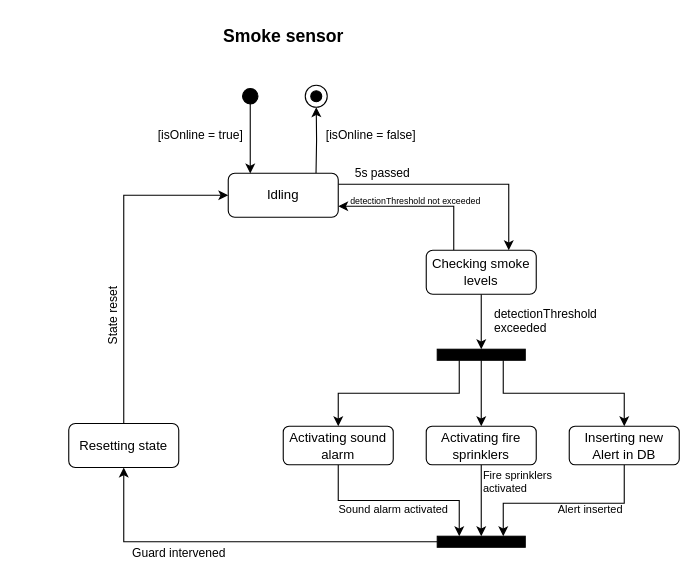
The draw.io diagram State/state2.drawio in IsmailSalehCode/UML-course-work, before the edit. Source tidied: cells renumbered, new cells numbered last; positions are measured from the earlier drawing's top-left corner, leaving out a move shared by most shapes. Both pictures are drawn from the tidied source at 110%, with x=0, y=0 at pixel (68, 19).
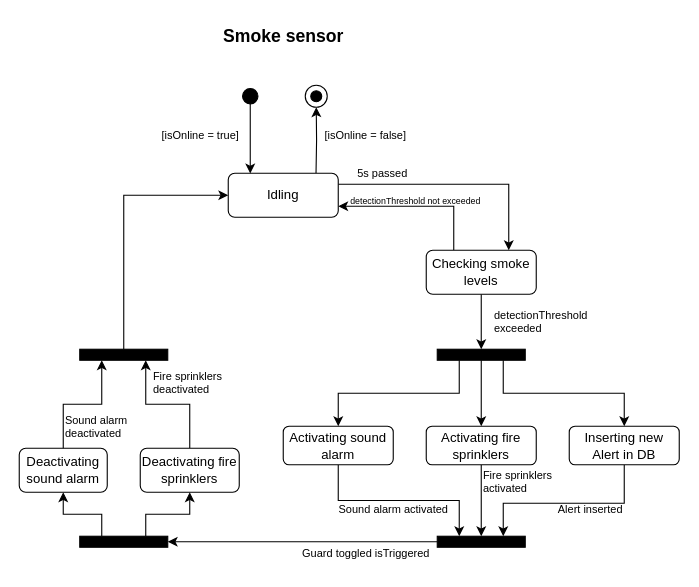
Above is the later version.

The change refers to these unchanged cells:
```xml
<mxCell id="6" value="Idling" style="rounded=1;whiteSpace=wrap;html=1;" parent="1" vertex="1">
  <mxGeometry x="145" y="140" width="100" height="40" as="geometry" />
</mxCell>
<mxCell id="31" style="rounded=0;whiteSpace=wrap;html=1;labelBackgroundColor=none;fillStyle=solid;fillColor=#000000;" parent="1" vertex="1">
  <mxGeometry x="335" y="470" width="80" height="10" as="geometry" />
</mxCell>
```

Diff of the diagram source:
```diff
@@
-    <mxCell id="8" value="[isOnline = true]" style="text;align=center;verticalAlign=middle;strokeColor=none;fillColor=none;fontSize=11;" parent="1" vertex="1">
-      <mxGeometry x="70" y="90" width="100" height="30" as="geometry" />
+    <mxCell id="8" value="[isOnline = true]" style="text;align=center;verticalAlign=middle;strokeColor=none;fillColor=none;fontSize=10;" parent="1" vertex="1">
+      <mxGeometry x="75" y="90" width="90" height="30" as="geometry" />
     </mxCell>
-    <mxCell id="9" value="[isOnline = false]" style="text;align=center;verticalAlign=middle;strokeColor=none;fillColor=none;fontSize=11;" parent="1" vertex="1">
-      <mxGeometry x="220" y="90" width="110" height="30" as="geometry" />
+    <mxCell id="9" value="[isOnline = false]" style="text;align=center;verticalAlign=middle;strokeColor=none;fillColor=none;fontSize=10;" parent="1" vertex="1">
+      <mxGeometry x="220" y="90" width="100" height="30" as="geometry" />
     </mxCell>
-    <mxCell id="10" value="detectionThreshold&#10;exceeded" style="text;align=left;verticalAlign=bottom;strokeColor=none;fillColor=none;fontSize=11;" parent="1" vertex="1">
-      <mxGeometry x="385" y="250" width="120" height="40" as="geometry" />
+    <mxCell id="10" value="detectionThreshold&#10;exceeded" style="text;align=left;verticalAlign=bottom;strokeColor=none;fillColor=none;fontSize=10;" parent="1" vertex="1">
+      <mxGeometry x="385" y="250" width="110" height="40" as="geometry" />
     </mxCell>
@@
-    <mxCell id="20" value="5s passed" style="text;html=1;align=center;verticalAlign=middle;strokeColor=none;fillColor=none;fontSize=11;" parent="1" vertex="1">
+    <mxCell id="20" value="5s passed" style="text;html=1;align=center;verticalAlign=middle;strokeColor=none;fillColor=none;fontSize=10;" parent="1" vertex="1">
       <mxGeometry x="250" y="125" width="70" height="30" as="geometry" />
     </mxCell>
@@
-    <mxCell id="30" style="edgeStyle=orthogonalEdgeStyle;rounded=0;jettySize=auto;html=1;entryX=0.5;entryY=1;entryDx=0;entryDy=0;" parent="1" edge="1" source="31" target="33">
+    <mxCell id="30" style="edgeStyle=orthogonalEdgeStyle;rounded=0;jettySize=auto;html=1;entryX=0.5;entryY=1;entryDx=0;entryDy=0;exitX=0.25;exitY=0;exitDx=0;exitDy=0;" parent="1" edge="1" source="40" target="33">
       <mxGeometry relative="1" as="geometry" />
     </mxCell>
@@
-    <mxCell id="32" style="edgeStyle=orthogonalEdgeStyle;rounded=0;jettySize=auto;html=1;entryX=0;entryY=0.5;entryDx=0;entryDy=0;" parent="1" edge="1" source="33" target="6">
-      <mxGeometry relative="1" as="geometry">
-        <Array as="points">
-          <mxPoint x="50" y="160" />
-        </Array>
-      </mxGeometry>
+    <mxCell id="32" style="edgeStyle=orthogonalEdgeStyle;rounded=0;jettySize=auto;html=1;entryX=0;entryY=0.5;entryDx=0;entryDy=0;exitX=0.5;exitY=0;exitDx=0;exitDy=0;" parent="1" edge="1" source="42" target="6">
+      <mxGeometry relative="1" as="geometry" />
     </mxCell>
-    <mxCell id="33" value="Resetting state" style="rounded=1;whiteSpace=wrap;html=1;" parent="1" vertex="1">
-      <mxGeometry y="367.5" width="100" height="40" as="geometry" />
+    <mxCell id="33" value="Deactivating sound alarm" style="rounded=1;whiteSpace=wrap;html=1;" parent="1" vertex="1">
+      <mxGeometry x="-45" y="390" width="80" height="40" as="geometry" />
     </mxCell>
-    <mxCell id="34" value="Guard intervened" style="text;html=1;align=center;verticalAlign=middle;strokeColor=none;fillColor=none;fontSize=11;" parent="1" vertex="1">
-      <mxGeometry x="45" y="470" width="110" height="30" as="geometry" />
+    <mxCell id="34" value="Guard toggled isTriggered" style="text;html=1;align=center;verticalAlign=middle;strokeColor=none;fillColor=none;fontSize=10;" parent="1" vertex="1">
+      <mxGeometry x="200" y="470" width="140" height="30" as="geometry" />
     </mxCell>
-    <mxCell id="35" value="State reset" style="text;html=1;align=center;verticalAlign=middle;strokeColor=none;fillColor=none;rotation=-90;fontSize=11;" parent="1" vertex="1">
-      <mxGeometry y="255" width="80" height="30" as="geometry" />
-    </mxCell>
+    <mxCell id="36" style="edgeStyle=orthogonalEdgeStyle;rounded=0;jettySize=auto;html=1;exitX=0.5;exitY=0;exitDx=0;exitDy=0;entryX=0.75;entryY=1;entryDx=0;entryDy=0;" parent="1" edge="1" source="37" target="42">
+      <mxGeometry relative="1" as="geometry" />
+    </mxCell>
+    <mxCell id="37" value="Deactivating fire sprinklers" style="rounded=1;whiteSpace=wrap;html=1;" parent="1" vertex="1">
+      <mxGeometry x="65" y="390" width="90" height="40" as="geometry" />
+    </mxCell>
+    <mxCell id="38" style="edgeStyle=orthogonalEdgeStyle;rounded=0;jettySize=auto;html=1;entryX=1;entryY=0.5;entryDx=0;entryDy=0;" parent="1" edge="1" source="31" target="40">
+      <mxGeometry relative="1" as="geometry" />
+    </mxCell>
+    <mxCell id="39" style="edgeStyle=orthogonalEdgeStyle;rounded=0;jettySize=auto;html=1;exitX=0.75;exitY=0;exitDx=0;exitDy=0;entryX=0.5;entryY=1;entryDx=0;entryDy=0;" parent="1" edge="1" source="40" target="37">
+      <mxGeometry relative="1" as="geometry" />
+    </mxCell>
+    <mxCell id="40" style="rounded=0;whiteSpace=wrap;html=1;labelBackgroundColor=none;fillStyle=solid;fillColor=#000000;" parent="1" vertex="1">
+      <mxGeometry x="10" y="470" width="80" height="10" as="geometry" />
+    </mxCell>
+    <mxCell id="41" style="edgeStyle=orthogonalEdgeStyle;rounded=0;jettySize=auto;html=1;entryX=0.25;entryY=1;entryDx=0;entryDy=0;" parent="1" edge="1" source="33" target="42">
+      <mxGeometry relative="1" as="geometry">
+        <Array as="points">
+          <mxPoint x="-5" y="350" />
+          <mxPoint x="30" y="350" />
+        </Array>
+      </mxGeometry>
+    </mxCell>
+    <mxCell id="42" style="rounded=0;whiteSpace=wrap;html=1;labelBackgroundColor=none;fillStyle=solid;fillColor=#000000;" parent="1" vertex="1">
+      <mxGeometry x="10" y="300" width="80" height="10" as="geometry" />
+    </mxCell>
+    <mxCell id="43" value="&lt;div style=&quot;font-size: 10px;&quot;&gt;Fire sprinklers&lt;/div&gt;&lt;div style=&quot;font-size: 10px;&quot;&gt;deactivated&lt;/div&gt;" style="text;html=1;align=left;verticalAlign=middle;strokeColor=none;fillColor=none;fontSize=10;" parent="1" vertex="1">
+      <mxGeometry x="75" y="310" width="90" height="40" as="geometry" />
+    </mxCell>
+    <mxCell id="44" value="Sound alarm&lt;div&gt;deactivated&lt;/div&gt;" style="text;html=1;align=left;verticalAlign=middle;strokeColor=none;fillColor=none;fontSize=10;" parent="1" vertex="1">
+      <mxGeometry x="-5" y="350" width="80" height="40" as="geometry" />
+    </mxCell>
```
